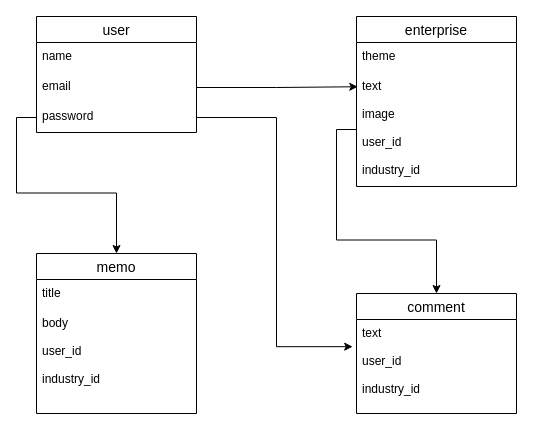
This is inding-employment.dio from hiroto0707/finding-employment, a draw.io file, before an edit. Source tidied: cells renumbered, new cells numbered last; positions are measured from the earlier drawing's top-left corner, leaving out a move shared by most shapes. Both pictures are drawn from the tidied source at 100%, with x=0, y=0 at pixel (36, 16).
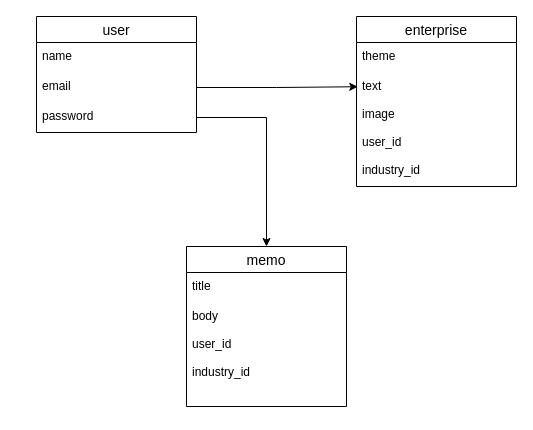
The same page after the edit.

Commit message (it also covers changes not shown here):
ユーザー制限

What changed in the source:
```diff
@@
 <mxGraphModel>
   <root>
     <mxCell id="0" />
     <mxCell id="1" parent="0" />
     <mxCell id="2" value="user" style="swimlane;fontStyle=0;horizontal=1;startSize=26;align=center;fontSize=14;" parent="1" vertex="1">
       <mxGeometry width="160" height="116" as="geometry" />
     </mxCell>
     <mxCell id="3" value="name" style="text;strokeColor=none;fillColor=none;spacingLeft=4;spacingRight=4;overflow=hidden;fontSize=12;" parent="2" vertex="1">
       <mxGeometry y="26" width="160" height="30" as="geometry" />
     </mxCell>
     <mxCell id="4" value="email" style="text;strokeColor=none;fillColor=none;spacingLeft=4;spacingRight=4;overflow=hidden;points=[[0,0.5],[1,0.5]];portConstraint=eastwest;fontSize=12;" parent="2" vertex="1">
       <mxGeometry y="56" width="160" height="30" as="geometry" />
     </mxCell>
     <mxCell id="5" value="password" style="text;strokeColor=none;fillColor=none;spacingLeft=4;spacingRight=4;overflow=hidden;points=[[0,0.5],[1,0.5]];portConstraint=eastwest;fontSize=12;" parent="2" vertex="1">
       <mxGeometry y="86" width="160" height="30" as="geometry" />
     </mxCell>
     <mxCell id="6" value="memo" style="swimlane;fontStyle=0;horizontal=1;startSize=26;align=center;fontSize=14;" parent="1" vertex="1">
-      <mxGeometry y="237" width="160" height="160" as="geometry" />
+      <mxGeometry x="150" y="230" width="160" height="160" as="geometry" />
     </mxCell>
     <mxCell id="7" value="title" style="text;strokeColor=none;fillColor=none;spacingLeft=4;spacingRight=4;overflow=hidden;fontSize=12;" parent="6" vertex="1">
       <mxGeometry y="26" width="160" height="30" as="geometry" />
     </mxCell>
     <mxCell id="8" value="body&#10;&#10;user_id&#10;&#10;industry_id" style="text;strokeColor=none;fillColor=none;spacingLeft=4;spacingRight=4;overflow=hidden;fontSize=12;" parent="6" vertex="1">
       <mxGeometry y="56" width="160" height="104" as="geometry" />
     </mxCell>
     <mxCell id="9" value="enterprise" style="swimlane;fontStyle=0;horizontal=1;startSize=26;align=center;fontSize=14;" parent="1" vertex="1">
       <mxGeometry x="320" width="160" height="170" as="geometry" />
     </mxCell>
     <mxCell id="10" value="theme&#10;" style="text;strokeColor=none;fillColor=none;spacingLeft=4;spacingRight=4;overflow=hidden;fontSize=12;" parent="9" vertex="1">
       <mxGeometry y="26" width="160" height="30" as="geometry" />
     </mxCell>
     <mxCell id="11" value="text&#10;&#10;image&#10;&#10;user_id&#10;&#10;industry_id" style="text;strokeColor=none;fillColor=none;spacingLeft=4;spacingRight=4;overflow=hidden;points=[[0,0.5],[1,0.5]];portConstraint=eastwest;fontSize=12;" parent="9" vertex="1">
       <mxGeometry y="56" width="160" height="114" as="geometry" />
     </mxCell>
-    <mxCell id="12" value="comment" style="swimlane;fontStyle=0;horizontal=1;startSize=26;align=center;fontSize=14;" parent="1" vertex="1">
-      <mxGeometry x="320" y="277" width="160" height="120" as="geometry" />
-    </mxCell>
-    <mxCell id="13" value="text&#10;&#10;user_id&#10;&#10;industry_id" style="text;strokeColor=none;fillColor=none;spacingLeft=4;spacingRight=4;overflow=hidden;points=[[0,0.5],[1,0.5]];portConstraint=eastwest;fontSize=12;" parent="12" vertex="1">
-      <mxGeometry y="26" width="160" height="94" as="geometry" />
-    </mxCell>
     <mxCell id="14" style="edgeStyle=orthogonalEdgeStyle;rounded=0;jettySize=auto;html=1;entryX=0.008;entryY=0.125;entryDx=0;entryDy=0;entryPerimeter=0;" parent="1" edge="1" source="4" target="11">
       <mxGeometry relative="1" as="geometry" />
     </mxCell>
-    <mxCell id="15" style="edgeStyle=orthogonalEdgeStyle;rounded=0;jettySize=auto;html=1;entryX=-0.024;entryY=0.289;entryDx=0;entryDy=0;entryPerimeter=0;" parent="1" edge="1" source="5" target="13">
-      <mxGeometry relative="1" as="geometry" />
-    </mxCell>
     <mxCell id="16" style="edgeStyle=orthogonalEdgeStyle;rounded=0;jettySize=auto;html=1;" parent="1" edge="1" source="5" target="6">
       <mxGeometry relative="1" as="geometry" />
     </mxCell>
-    <mxCell id="17" style="edgeStyle=orthogonalEdgeStyle;rounded=0;jettySize=auto;html=1;entryX=0.5;entryY=0;entryDx=0;entryDy=0;" parent="1" edge="1" source="11" target="12">
-      <mxGeometry relative="1" as="geometry" />
-    </mxCell>
   </root>
 </mxGraphModel>
```
